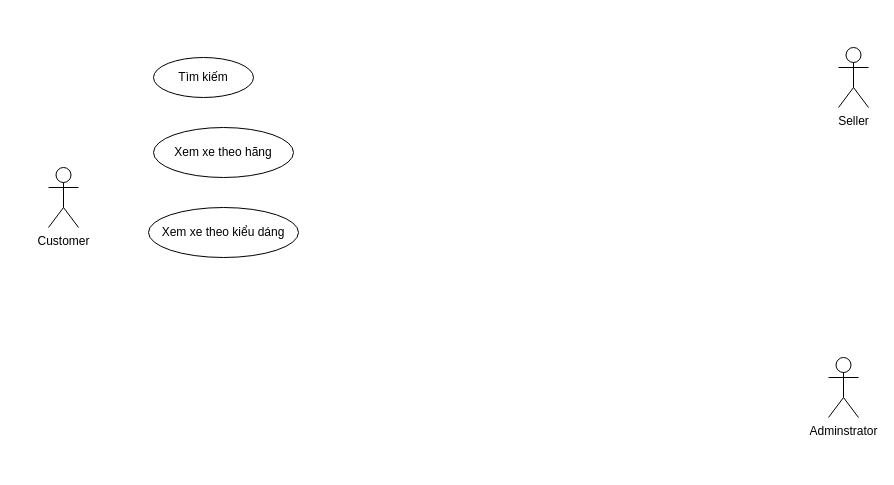
The draw.io diagram diagrams/UseCase.drawio in SiZedYi/Cars_Website_App, before the edit. Source tidied: cells renumbered, new cells numbered last; positions are measured from the earlier drawing's top-left corner, leaving out a move shared by most shapes. Both pictures are drawn from the tidied source at 100%, with x=0, y=0 at pixel (48, 47).
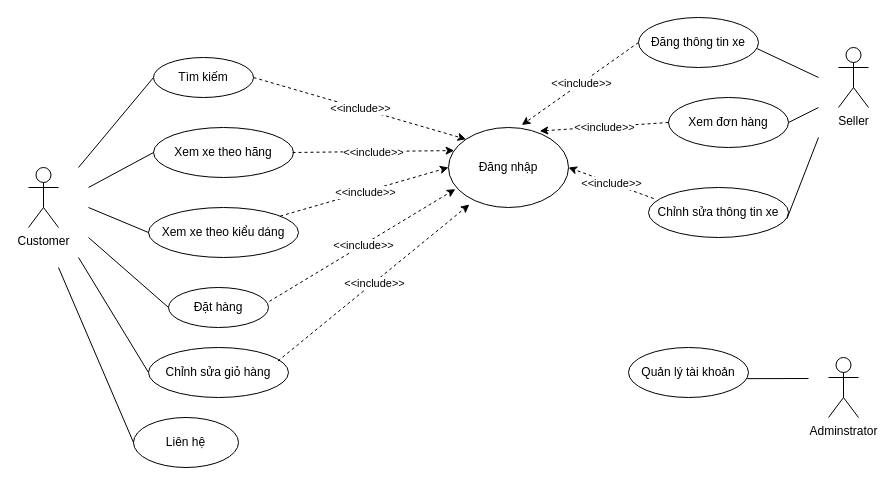
The same diagram, later.

Unchanged cells that the change refers to:
```xml
<mxCell id="5" value="Tìm kiếm" style="ellipse;whiteSpace=wrap;html=1;" parent="1" vertex="1">
  <mxGeometry x="105" y="10" width="100" height="40" as="geometry" />
</mxCell>
<mxCell id="6" value="Xem xe theo hãng" style="ellipse;whiteSpace=wrap;html=1;" parent="1" vertex="1">
  <mxGeometry x="105" y="80" width="140" height="50" as="geometry" />
</mxCell>
<mxCell id="7" value="Xem xe theo kiểu dáng" style="ellipse;whiteSpace=wrap;html=1;" parent="1" vertex="1">
  <mxGeometry x="100" y="160" width="150" height="50" as="geometry" />
</mxCell>
```

Diff of the diagram source:
```diff
@@
     <mxCell id="2" value="Customer&lt;br&gt;" style="shape=umlActor;verticalLabelPosition=bottom;verticalAlign=top;html=1;" parent="1" vertex="1">
-      <mxGeometry y="120" width="30" height="60" as="geometry" />
+      <mxGeometry x="-20" y="120" width="30" height="60" as="geometry" />
     </mxCell>
@@
+    <mxCell id="8" value="Đặt hàng" style="ellipse;whiteSpace=wrap;html=1;" parent="1" vertex="1">
+      <mxGeometry x="120" y="240" width="100" height="40" as="geometry" />
+    </mxCell>
+    <mxCell id="9" value="Chỉnh sửa giỏ hàng" style="ellipse;whiteSpace=wrap;html=1;" parent="1" vertex="1">
+      <mxGeometry x="100" y="300" width="140" height="50" as="geometry" />
+    </mxCell>
+    <mxCell id="10" value="Liên hệ" style="ellipse;whiteSpace=wrap;html=1;" parent="1" vertex="1">
+      <mxGeometry x="85" y="370" width="105" height="50" as="geometry" />
+    </mxCell>
+    <mxCell id="11" value="Đăng nhập" style="ellipse;whiteSpace=wrap;html=1;" parent="1" vertex="1">
+      <mxGeometry x="400" y="80" width="120" height="80" as="geometry" />
+    </mxCell>
+    <mxCell id="12" value="Đăng thông tin xe" style="ellipse;whiteSpace=wrap;html=1;" parent="1" vertex="1">
+      <mxGeometry x="590" y="-30" width="120" height="50" as="geometry" />
+    </mxCell>
+    <mxCell id="13" value="Xem đơn hàng" style="ellipse;whiteSpace=wrap;html=1;" parent="1" vertex="1">
+      <mxGeometry x="620" y="50" width="120" height="50" as="geometry" />
+    </mxCell>
+    <mxCell id="14" style="endArrow=classic;html=1;rounded=0;exitX=1;exitY=0.5;exitDx=0;exitDy=0;entryX=0;entryY=0;entryDx=0;entryDy=0;dashed=1;" parent="1" edge="1" source="5" target="11">
+      <mxGeometry relative="1" as="geometry" />
+    </mxCell>
+    <mxCell id="15" value="&amp;lt;&amp;lt;include&amp;gt;&amp;gt;" style="edgeLabel;html=1;align=center;verticalAlign=middle;" parent="14" vertex="1">
+      <mxGeometry relative="1" as="geometry" />
+    </mxCell>
+    <mxCell id="16" style="endArrow=classic;html=1;rounded=0;exitX=1;exitY=0.5;exitDx=0;exitDy=0;entryX=0.047;entryY=0.288;entryDx=0;entryDy=0;dashed=1;entryPerimeter=0;" parent="1" edge="1" target="11">
+      <mxGeometry relative="1" as="geometry">
+        <mxPoint x="244" y="105" as="sourcePoint" />
+      </mxGeometry>
+    </mxCell>
+    <mxCell id="17" value="&amp;lt;&amp;lt;include&amp;gt;&amp;gt;" style="edgeLabel;html=1;align=center;verticalAlign=middle;" parent="16" vertex="1">
+      <mxGeometry relative="1" as="geometry" />
+    </mxCell>
+    <mxCell id="18" style="endArrow=classic;html=1;rounded=0;entryX=0;entryY=0.5;entryDx=0;entryDy=0;dashed=1;" parent="1" edge="1" source="7" target="11">
+      <mxGeometry relative="1" as="geometry" />
+    </mxCell>
+    <mxCell id="19" value="&amp;lt;&amp;lt;include&amp;gt;&amp;gt;" style="edgeLabel;html=1;align=center;verticalAlign=middle;" parent="18" vertex="1">
+      <mxGeometry relative="1" as="geometry" />
+    </mxCell>
+    <mxCell id="20" style="endArrow=classic;html=1;rounded=0;entryX=0.057;entryY=0.771;entryDx=0;entryDy=0;dashed=1;entryPerimeter=0;exitX=1.009;exitY=0.346;exitDx=0;exitDy=0;exitPerimeter=0;" parent="1" edge="1" source="8" target="11">
+      <mxGeometry relative="1" as="geometry" />
+    </mxCell>
+    <mxCell id="21" value="&amp;lt;&amp;lt;include&amp;gt;&amp;gt;" style="edgeLabel;html=1;align=center;verticalAlign=middle;" parent="20" vertex="1">
+      <mxGeometry relative="1" as="geometry" />
+    </mxCell>
+    <mxCell id="22" style="endArrow=classic;html=1;rounded=0;entryX=0.174;entryY=0.963;entryDx=0;entryDy=0;dashed=1;exitX=0.924;exitY=0.271;exitDx=0;exitDy=0;exitPerimeter=0;entryPerimeter=0;" parent="1" edge="1" source="9" target="11">
+      <mxGeometry relative="1" as="geometry" />
+    </mxCell>
+    <mxCell id="23" value="&amp;lt;&amp;lt;include&amp;gt;&amp;gt;" style="edgeLabel;html=1;align=center;verticalAlign=middle;" parent="22" vertex="1">
+      <mxGeometry relative="1" as="geometry" />
+    </mxCell>
+    <mxCell id="24" style="endArrow=none;html=1;rounded=0;entryX=0;entryY=0.5;entryDx=0;entryDy=0;" parent="1" edge="1" target="5">
+      <mxGeometry relative="1" as="geometry">
+        <mxPoint x="30" y="120" as="sourcePoint" />
+      </mxGeometry>
+    </mxCell>
+    <mxCell id="25" style="endArrow=none;html=1;rounded=0;entryX=0;entryY=0.5;entryDx=0;entryDy=0;" parent="1" edge="1" target="6">
+      <mxGeometry relative="1" as="geometry">
+        <mxPoint x="40" y="140" as="sourcePoint" />
+      </mxGeometry>
+    </mxCell>
+    <mxCell id="26" style="endArrow=none;html=1;rounded=0;exitX=0;exitY=0.5;exitDx=0;exitDy=0;" parent="1" edge="1" source="7">
+      <mxGeometry relative="1" as="geometry">
+        <mxPoint x="40" y="160" as="targetPoint" />
+      </mxGeometry>
+    </mxCell>
+    <mxCell id="27" style="endArrow=none;html=1;rounded=0;exitX=0;exitY=0.5;exitDx=0;exitDy=0;" parent="1" edge="1" source="8">
+      <mxGeometry relative="1" as="geometry">
+        <mxPoint x="40" y="190" as="targetPoint" />
+      </mxGeometry>
+    </mxCell>
+    <mxCell id="28" style="endArrow=none;html=1;rounded=0;entryX=0;entryY=0.5;entryDx=0;entryDy=0;" parent="1" edge="1" target="9">
+      <mxGeometry relative="1" as="geometry">
+        <mxPoint x="30" y="210" as="sourcePoint" />
+      </mxGeometry>
+    </mxCell>
+    <mxCell id="29" style="endArrow=none;html=1;rounded=0;entryX=0;entryY=0.5;entryDx=0;entryDy=0;" parent="1" edge="1" target="10">
+      <mxGeometry relative="1" as="geometry">
+        <mxPoint x="10" y="220" as="sourcePoint" />
+      </mxGeometry>
+    </mxCell>
+    <mxCell id="30" style="endArrow=none;html=1;rounded=0;entryX=0.989;entryY=0.623;entryDx=0;entryDy=0;entryPerimeter=0;" parent="1" edge="1" target="12">
+      <mxGeometry relative="1" as="geometry">
+        <mxPoint x="770" y="30" as="sourcePoint" />
+      </mxGeometry>
+    </mxCell>
+    <mxCell id="31" style="endArrow=none;html=1;rounded=0;entryX=1;entryY=0.5;entryDx=0;entryDy=0;" parent="1" edge="1" target="13">
+      <mxGeometry relative="1" as="geometry">
+        <mxPoint x="770" y="60" as="sourcePoint" />
+      </mxGeometry>
+    </mxCell>
+    <mxCell id="32" value="Chỉnh sửa thông tin xe" style="ellipse;whiteSpace=wrap;html=1;" parent="1" vertex="1">
+      <mxGeometry x="600" y="140" width="140" height="50" as="geometry" />
+    </mxCell>
+    <mxCell id="33" style="endArrow=none;html=1;rounded=0;entryX=0.989;entryY=0.623;entryDx=0;entryDy=0;entryPerimeter=0;" parent="1" edge="1" target="32">
+      <mxGeometry relative="1" as="geometry">
+        <mxPoint x="770" y="90" as="sourcePoint" />
+      </mxGeometry>
+    </mxCell>
+    <mxCell id="34" value="Quản lý tài khoản" style="ellipse;whiteSpace=wrap;html=1;" parent="1" vertex="1">
+      <mxGeometry x="580" y="300" width="120" height="50" as="geometry" />
+    </mxCell>
+    <mxCell id="35" style="endArrow=none;html=1;rounded=0;entryX=0.989;entryY=0.623;entryDx=0;entryDy=0;entryPerimeter=0;" parent="1" edge="1" target="34">
+      <mxGeometry relative="1" as="geometry">
+        <mxPoint x="760" y="331" as="sourcePoint" />
+      </mxGeometry>
+    </mxCell>
+    <mxCell id="36" style="endArrow=classic;html=1;rounded=0;exitX=0;exitY=0.5;exitDx=0;exitDy=0;entryX=0.611;entryY=-0.031;entryDx=0;entryDy=0;dashed=1;entryPerimeter=0;" parent="1" edge="1" source="12" target="11">
+      <mxGeometry relative="1" as="geometry" />
+    </mxCell>
+    <mxCell id="37" value="&amp;lt;&amp;lt;include&amp;gt;&amp;gt;" style="edgeLabel;html=1;align=center;verticalAlign=middle;" parent="36" vertex="1">
+      <mxGeometry relative="1" as="geometry" />
+    </mxCell>
+    <mxCell id="38" style="endArrow=classic;html=1;rounded=0;exitX=0;exitY=0.5;exitDx=0;exitDy=0;entryX=0.76;entryY=0.044;entryDx=0;entryDy=0;dashed=1;entryPerimeter=0;" parent="1" edge="1" source="13" target="11">
+      <mxGeometry relative="1" as="geometry" />
+    </mxCell>
+    <mxCell id="39" value="&amp;lt;&amp;lt;include&amp;gt;&amp;gt;" style="edgeLabel;html=1;align=center;verticalAlign=middle;" parent="38" vertex="1">
+      <mxGeometry relative="1" as="geometry" />
+    </mxCell>
+    <mxCell id="40" style="endArrow=classic;html=1;rounded=0;exitX=0.037;exitY=0.221;exitDx=0;exitDy=0;entryX=1;entryY=0.5;entryDx=0;entryDy=0;dashed=1;exitPerimeter=0;" parent="1" edge="1" source="32" target="11">
+      <mxGeometry relative="1" as="geometry" />
+    </mxCell>
+    <mxCell id="41" value="&amp;lt;&amp;lt;include&amp;gt;&amp;gt;" style="edgeLabel;html=1;align=center;verticalAlign=middle;" parent="40" vertex="1">
+      <mxGeometry relative="1" as="geometry" />
+    </mxCell>
```
